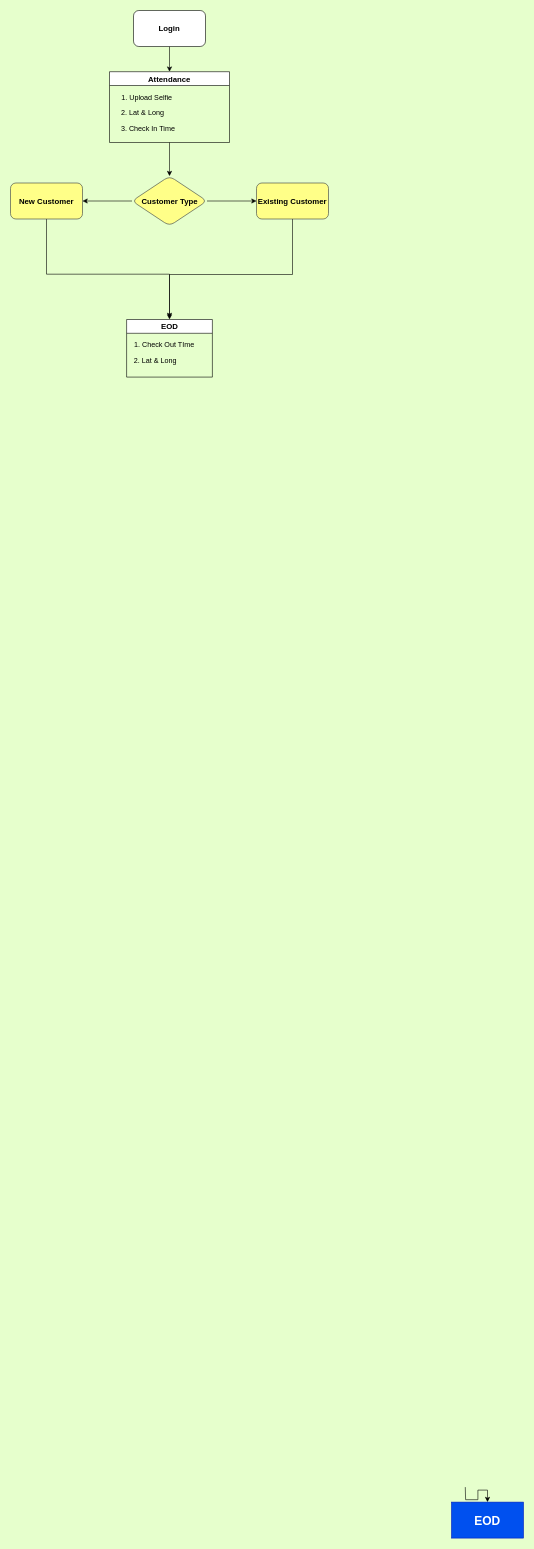
The draw.io diagram page "Home page" (2 of 4) of customer visit workflow.drawio in SBOSE550/Customer-Visit-Data-Collection-Form, before the edit. Source tidied: cells renumbered, new cells numbered last; positions are measured from the earlier drawing's top-left corner, leaving out a move shared by most shapes. Both pictures are drawn from the tidied source at 60%, with x=0, y=0 at pixel (10, 10).
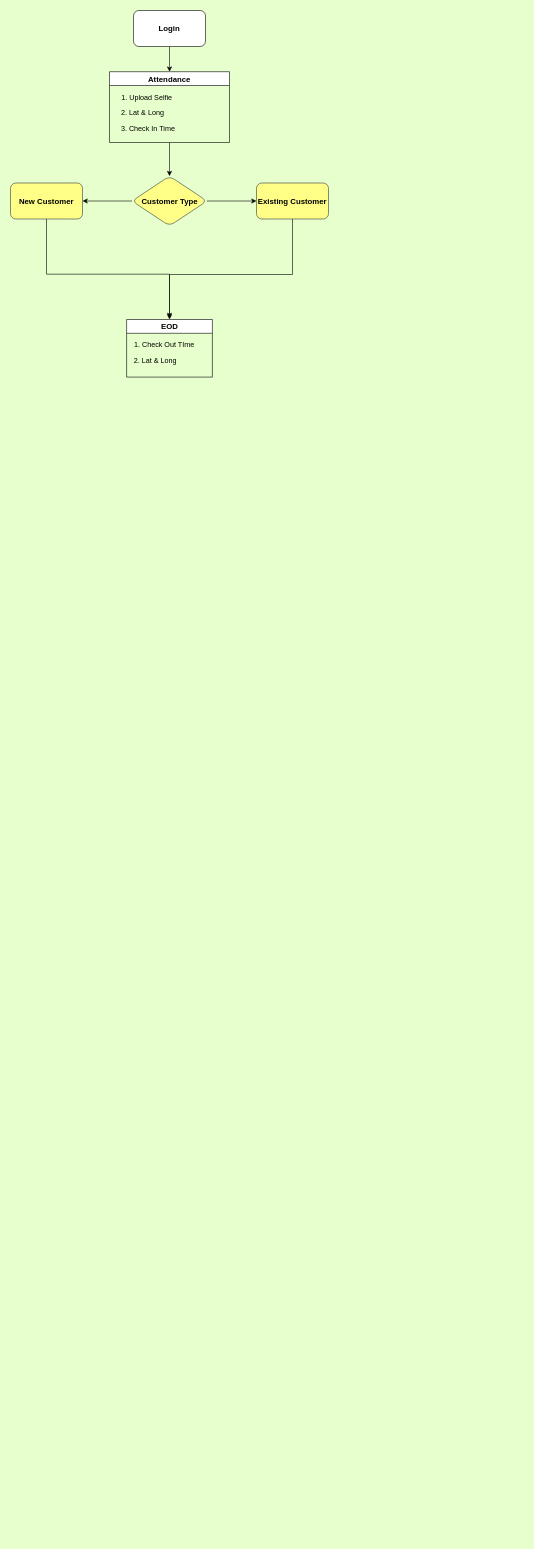
The same page after the edit.

Change to the diagram source:
```diff
@@
-    <mxCell id="2" style="edgeStyle=orthogonalEdgeStyle;rounded=0;jettySize=auto;html=1;" parent="1" edge="1" target="5">
-      <mxGeometry relative="1" as="geometry">
-        <mxPoint x="758" y="2461" as="sourcePoint" />
-      </mxGeometry>
-    </mxCell>
@@
-    <mxCell id="5" value="&lt;font style=&quot;font-size: 20px;&quot;&gt;&lt;b style=&quot;&quot;&gt;EOD&lt;/b&gt;&lt;/font&gt;" style="whiteSpace=wrap;html=1;fillColor=#0050ef;strokeColor=#001DBC;fontColor=#ffffff;" parent="1" vertex="1">
-      <mxGeometry x="735" y="2486" width="120" height="60" as="geometry" />
-    </mxCell>
```
